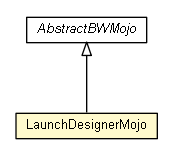
Above: snapshot/bw-maven-plugin/apidocs/fr/fastconnect/factory/tibco/bw/maven/run/LaunchDesignerMojo.png in fastconnect/tibco-factory (Graphviz), before the change. Its source is kept beside it as snapshot/bw-maven-plugin/apidocs/fr/fastconnect/factory/tibco/bw/maven/run/LaunchDesignerMojo.dot. The source it was exported from:
```dot

digraph G {
	edge [fontname="arial",fontsize=10,labelfontname="arial",labelfontsize=10];
	node [fontname="arial",fontsize=10,shape=plaintext];
	nodesep=0.25;
	ranksep=0.5;
	c3078 [label=<<table title="fr.fastconnect.factory.tibco.bw.maven.AbstractBWMojo" border="0" cellborder="1" cellspacing="0" cellpadding="2" port="p" href="../AbstractBWMojo.html">
		<tr><td><table border="0" cellspacing="0" cellpadding="1">
<tr><td align="center" balign="center"><font face="arial italic"> AbstractBWMojo </font></td></tr>
		</table></td></tr>
		</table>>, URL="../AbstractBWMojo.html", fontname="arial", fontcolor="black", fontsize=10.0];
	c3117 [label=<<table title="fr.fastconnect.factory.tibco.bw.maven.run.LaunchDesignerMojo" border="0" cellborder="1" cellspacing="0" cellpadding="2" port="p" bgcolor="lemonChiffon" href="./LaunchDesignerMojo.html">
		<tr><td><table border="0" cellspacing="0" cellpadding="1">
<tr><td align="center" balign="center"> LaunchDesignerMojo </td></tr>
		</table></td></tr>
		</table>>, URL="./LaunchDesignerMojo.html", fontname="arial", fontcolor="black", fontsize=10.0];
	c3078:p -> c3117:p [dir=back,arrowtail=empty];
}
```
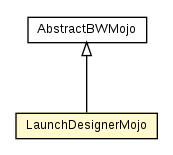
The same file after the commit.

Diff of the diagram source:
```diff
@@ -1,18 +1,18 @@
 
 digraph G {
-	edge [fontname="arial",fontsize=10,labelfontname="arial",labelfontsize=10];
-	node [fontname="arial",fontsize=10,shape=plaintext];
+	edge [fontname="Helvetica",fontsize=10,labelfontname="Helvetica",labelfontsize=10];
+	node [fontname="Helvetica",fontsize=10,shape=plaintext];
 	nodesep=0.25;
 	ranksep=0.5;
-	c3078 [label=<<table title="fr.fastconnect.factory.tibco.bw.maven.AbstractBWMojo" border="0" cellborder="1" cellspacing="0" cellpadding="2" port="p" href="../AbstractBWMojo.html">
+	c3336 [label=<<table title="fr.fastconnect.factory.tibco.bw.maven.AbstractBWMojo" border="0" cellborder="1" cellspacing="0" cellpadding="2" port="p" href="../AbstractBWMojo.html">
 		<tr><td><table border="0" cellspacing="0" cellpadding="1">
-<tr><td align="center" balign="center"><font face="arial italic"> AbstractBWMojo </font></td></tr>
+<tr><td align="center" balign="center"> AbstractBWMojo </td></tr>
 		</table></td></tr>
-		</table>>, URL="../AbstractBWMojo.html", fontname="arial", fontcolor="black", fontsize=10.0];
-	c3117 [label=<<table title="fr.fastconnect.factory.tibco.bw.maven.run.LaunchDesignerMojo" border="0" cellborder="1" cellspacing="0" cellpadding="2" port="p" bgcolor="lemonChiffon" href="./LaunchDesignerMojo.html">
+		</table>>, URL="../AbstractBWMojo.html", fontname="Helvetica", fontcolor="black", fontsize=10.0];
+	c3365 [label=<<table title="fr.fastconnect.factory.tibco.bw.maven.run.LaunchDesignerMojo" border="0" cellborder="1" cellspacing="0" cellpadding="2" port="p" bgcolor="lemonChiffon" href="./LaunchDesignerMojo.html">
 		<tr><td><table border="0" cellspacing="0" cellpadding="1">
 <tr><td align="center" balign="center"> LaunchDesignerMojo </td></tr>
 		</table></td></tr>
-		</table>>, URL="./LaunchDesignerMojo.html", fontname="arial", fontcolor="black", fontsize=10.0];
-	c3078:p -> c3117:p [dir=back,arrowtail=empty];
+		</table>>, URL="./LaunchDesignerMojo.html", fontname="Helvetica", fontcolor="black", fontsize=10.0];
+	c3336:p -> c3365:p [dir=back,arrowtail=empty];
 }
```
